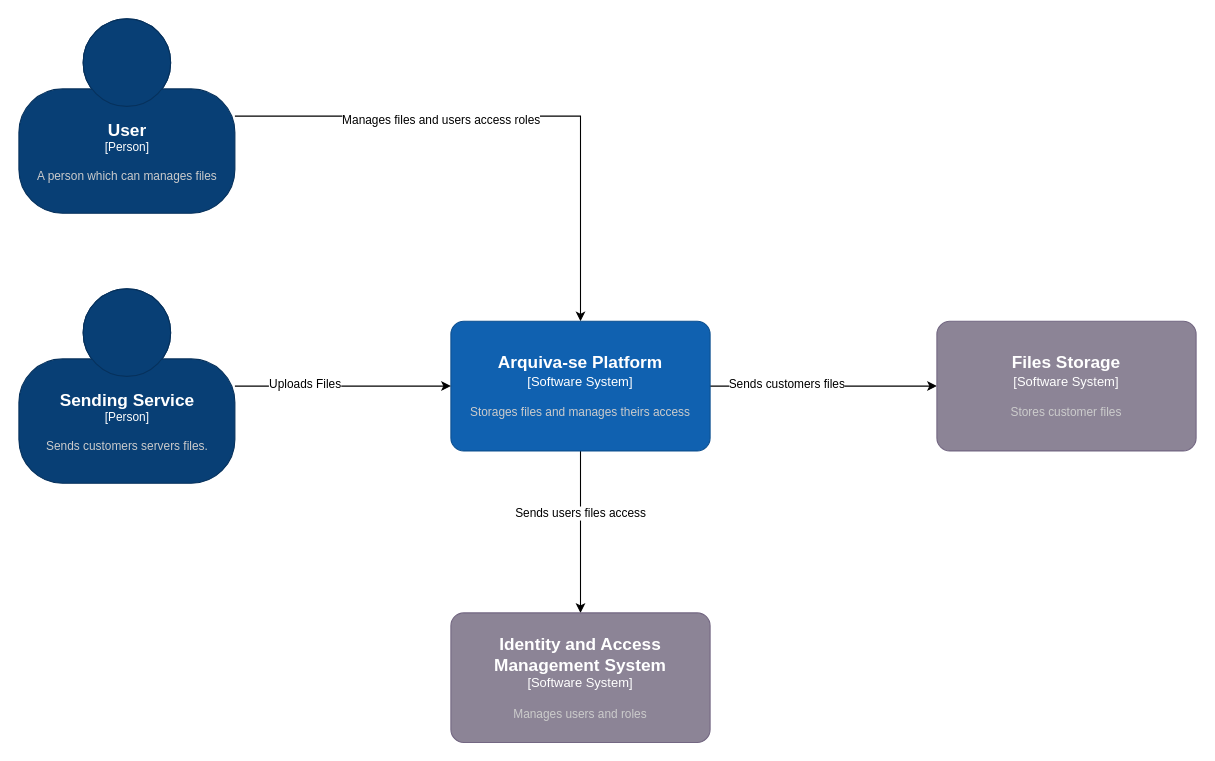
The draw.io diagram page "C4 Model - Context" (1 of 5) of docs/TCC - C4 Diagram.drawio in FelipeSpinelli/puc-minas-pos-tcc, before the edit. Source tidied: cells renumbered, new cells numbered last; positions are measured from the earlier drawing's top-left corner, leaving out a move shared by most shapes. Both pictures are drawn from the tidied source at 108%, with x=0, y=0 at pixel (18, 18).
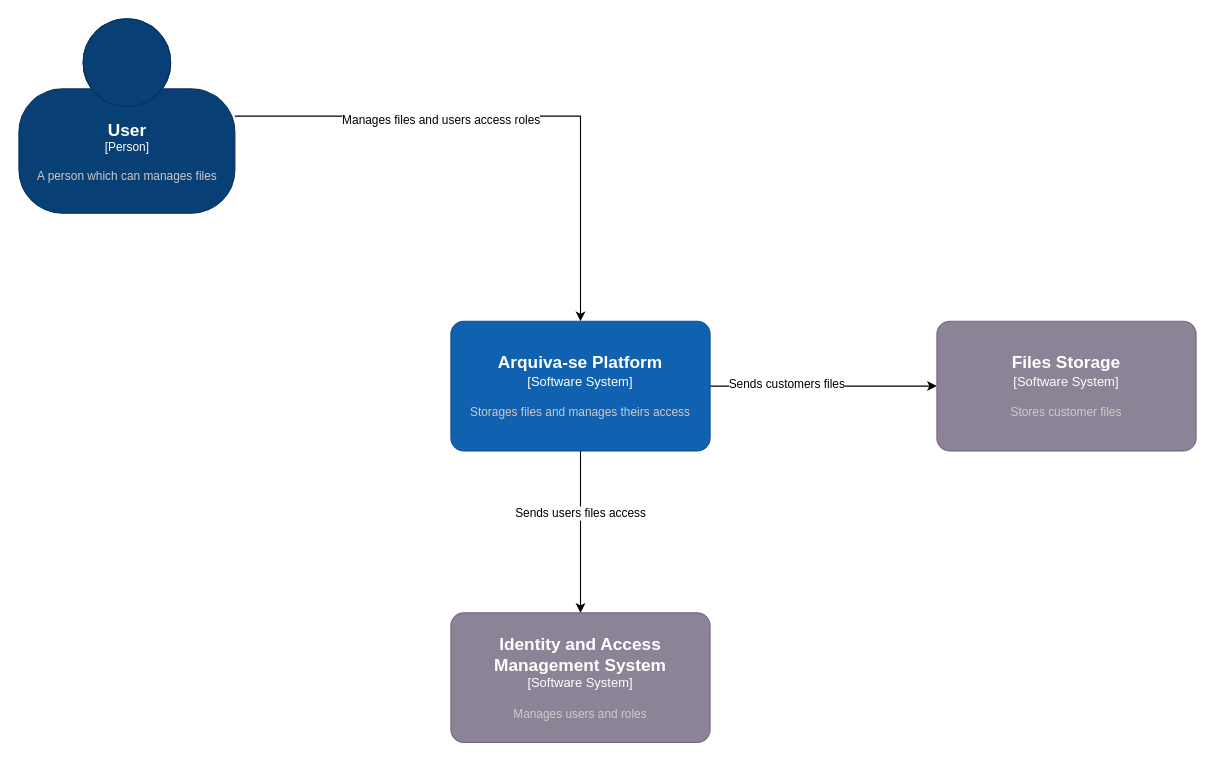
After the change.

Change to the diagram source:
```diff
@@
 <mxGraphModel>
   <root>
     <mxCell id="0" />
     <mxCell id="1" parent="0" />
     <mxCell id="2" style="edgeStyle=orthogonalEdgeStyle;rounded=0;jettySize=auto;html=1;" parent="1" edge="1" source="4" target="9">
       <mxGeometry relative="1" as="geometry" />
     </mxCell>
     <mxCell id="3" value="Manages files and users access roles" style="edgeLabel;html=1;align=center;verticalAlign=middle;" parent="2" vertex="1">
       <mxGeometry x="-0.26" y="-3" relative="1" as="geometry">
         <mxPoint x="1" as="offset" />
       </mxGeometry>
     </mxCell>
     <object id="4" label="&lt;font style=&quot;font-size: 16px&quot;&gt;&lt;b&gt;%c4Name%&lt;/b&gt;&lt;/font&gt;&lt;div&gt;[%c4Type%]&lt;/div&gt;&lt;br&gt;&lt;div&gt;&lt;font style=&quot;font-size: 11px&quot;&gt;&lt;font color=&quot;#cccccc&quot;&gt;%c4Description%&lt;/font&gt;&lt;/div&gt;" c4Description="A person which can manages files" c4Name="User" c4Type="Person" placeholders="1">
       <mxCell style="html=1;fontSize=11;dashed=0;whitespace=wrap;fillColor=#083F75;strokeColor=#06315C;fontColor=#ffffff;shape=mxgraph.c4.person2;align=center;points=[[0.5,0,0],[1,0.5,0],[1,0.75,0],[0.75,1,0],[0.5,1,0],[0.25,1,0],[0,0.75,0],[0,0.5,0]];" parent="1" vertex="1">
         <mxGeometry width="200" height="180" as="geometry" />
       </mxCell>
     </object>
     <mxCell id="5" style="edgeStyle=orthogonalEdgeStyle;rounded=0;jettySize=auto;html=1;entryX=0;entryY=0.5;entryDx=0;entryDy=0;entryPerimeter=0;" parent="1" edge="1" source="9" target="10">
       <mxGeometry relative="1" as="geometry" />
     </mxCell>
     <mxCell id="6" value="Sends customers files" style="edgeLabel;html=1;align=center;verticalAlign=middle;" parent="5" vertex="1">
       <mxGeometry x="-0.33" y="3" relative="1" as="geometry" />
     </mxCell>
     <mxCell id="7" style="edgeStyle=orthogonalEdgeStyle;rounded=0;jettySize=auto;html=1;entryX=0.5;entryY=0;entryDx=0;entryDy=0;entryPerimeter=0;" parent="1" edge="1" source="9" target="14">
       <mxGeometry relative="1" as="geometry" />
     </mxCell>
     <mxCell id="8" value="Sends users files access" style="edgeLabel;html=1;align=center;verticalAlign=middle;" parent="7" vertex="1">
       <mxGeometry x="-0.24" y="-1" relative="1" as="geometry" />
     </mxCell>
     <object id="9" label="&lt;font style=&quot;font-size: 16px&quot;&gt;&lt;b&gt;%c4Name%&lt;/b&gt;&lt;/font&gt;&lt;div&gt;[%c4Type%]&lt;/div&gt;&lt;br&gt;&lt;div&gt;&lt;font style=&quot;font-size: 11px&quot;&gt;&lt;font color=&quot;#cccccc&quot;&gt;%c4Description%&lt;/font&gt;&lt;/div&gt;" c4Description="Storages files and manages theirs access" c4Name="Arquiva-se Platform" c4Type="Software System" placeholders="1">
       <mxCell style="rounded=1;whiteSpace=wrap;html=1;labelBackgroundColor=none;fillColor=#1061B0;fontColor=#ffffff;align=center;arcSize=10;strokeColor=#0D5091;points=[[0.25,0,0],[0.5,0,0],[0.75,0,0],[1,0.25,0],[1,0.5,0],[1,0.75,0],[0.75,1,0],[0.5,1,0],[0.25,1,0],[0,0.75,0],[0,0.5,0],[0,0.25,0]];" parent="1" vertex="1">
         <mxGeometry x="400" y="280" width="240" height="120" as="geometry" />
       </mxCell>
     </object>
     <object id="10" label="&lt;font style=&quot;font-size: 16px&quot;&gt;&lt;b&gt;%c4Name%&lt;/b&gt;&lt;/font&gt;&lt;div&gt;[%c4Type%]&lt;/div&gt;&lt;br&gt;&lt;div&gt;&lt;font style=&quot;font-size: 11px&quot;&gt;&lt;font color=&quot;#cccccc&quot;&gt;%c4Description%&lt;/font&gt;&lt;/div&gt;" c4Description="Stores customer files" c4Name="Files Storage" c4Type="Software System" placeholders="1">
       <mxCell style="rounded=1;whiteSpace=wrap;html=1;labelBackgroundColor=none;fillColor=#8C8496;fontColor=#ffffff;align=center;arcSize=10;strokeColor=#736782;points=[[0.25,0,0],[0.5,0,0],[0.75,0,0],[1,0.25,0],[1,0.5,0],[1,0.75,0],[0.75,1,0],[0.5,1,0],[0.25,1,0],[0,0.75,0],[0,0.5,0],[0,0.25,0]];" parent="1" vertex="1">
         <mxGeometry x="850" y="280" width="240" height="120" as="geometry" />
       </mxCell>
     </object>
-    <mxCell id="11" style="edgeStyle=orthogonalEdgeStyle;rounded=0;jettySize=auto;html=1;entryX=0;entryY=0.5;entryDx=0;entryDy=0;entryPerimeter=0;" parent="1" edge="1" source="13" target="9">
-      <mxGeometry relative="1" as="geometry" />
-    </mxCell>
-    <mxCell id="12" value="Uploads Files" style="edgeLabel;html=1;align=center;verticalAlign=middle;" parent="11" vertex="1">
-      <mxGeometry x="-0.37" y="3" relative="1" as="geometry">
-        <mxPoint x="1" as="offset" />
-      </mxGeometry>
-    </mxCell>
-    <object id="13" label="&lt;font style=&quot;font-size: 16px&quot;&gt;&lt;b&gt;%c4Name%&lt;/b&gt;&lt;/font&gt;&lt;div&gt;[%c4Type%]&lt;/div&gt;&lt;br&gt;&lt;div&gt;&lt;font style=&quot;font-size: 11px&quot;&gt;&lt;font color=&quot;#cccccc&quot;&gt;%c4Description%&lt;/font&gt;&lt;/div&gt;" c4Description="Sends customers servers files." c4Name="Sending Service" c4Type="Person" placeholders="1">
-      <mxCell style="html=1;fontSize=11;dashed=0;whitespace=wrap;fillColor=#083F75;strokeColor=#06315C;fontColor=#ffffff;shape=mxgraph.c4.person2;align=center;points=[[0.5,0,0],[1,0.5,0],[1,0.75,0],[0.75,1,0],[0.5,1,0],[0.25,1,0],[0,0.75,0],[0,0.5,0]];" parent="1" vertex="1">
-        <mxGeometry y="250" width="200" height="180" as="geometry" />
-      </mxCell>
-    </object>
     <object id="14" label="&lt;font style=&quot;font-size: 16px&quot;&gt;&lt;b&gt;%c4Name%&lt;/b&gt;&lt;/font&gt;&lt;div&gt;[%c4Type%]&lt;/div&gt;&lt;br&gt;&lt;div&gt;&lt;font style=&quot;font-size: 11px&quot;&gt;&lt;font color=&quot;#cccccc&quot;&gt;%c4Description%&lt;/font&gt;&lt;/div&gt;" c4Description="Manages users and roles" c4Name="Identity and Access Management System" c4Type="Software System" placeholders="1">
       <mxCell style="rounded=1;whiteSpace=wrap;html=1;labelBackgroundColor=none;fillColor=#8C8496;fontColor=#ffffff;align=center;arcSize=10;strokeColor=#736782;points=[[0.25,0,0],[0.5,0,0],[0.75,0,0],[1,0.25,0],[1,0.5,0],[1,0.75,0],[0.75,1,0],[0.5,1,0],[0.25,1,0],[0,0.75,0],[0,0.5,0],[0,0.25,0]];" parent="1" vertex="1">
         <mxGeometry x="400" y="550" width="240" height="120" as="geometry" />
       </mxCell>
     </object>
   </root>
 </mxGraphModel>
```
